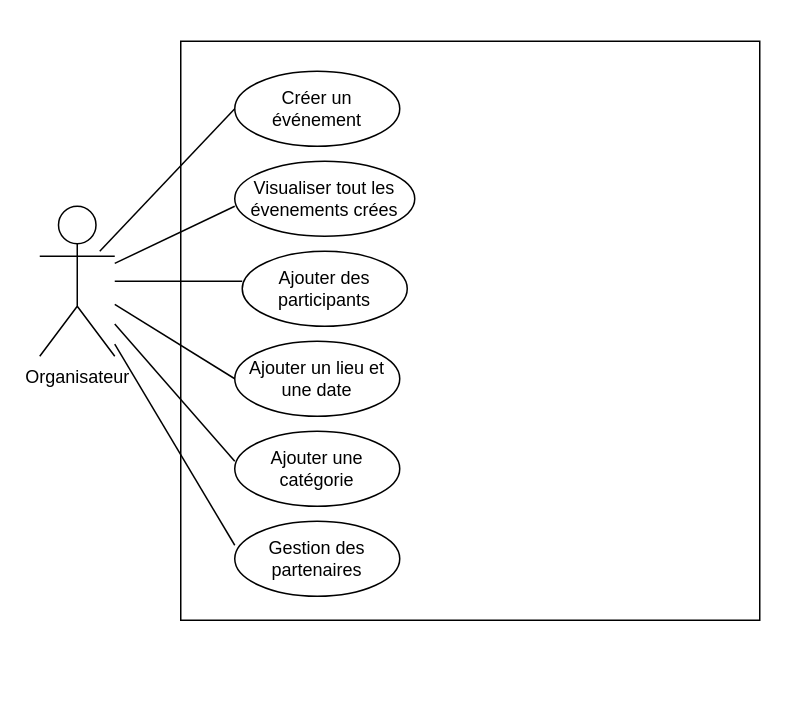
This is Conception/Diagramme de cas d'utilisation.drawio from CSliveR/Chief-s-Arena, a draw.io file, before an edit. Source tidied: cells renumbered, new cells numbered last; positions are measured from the earlier drawing's top-left corner, leaving out a move shared by most shapes. Both pictures are drawn from the tidied source at 150%, with x=0, y=0 at pixel (39, 40).
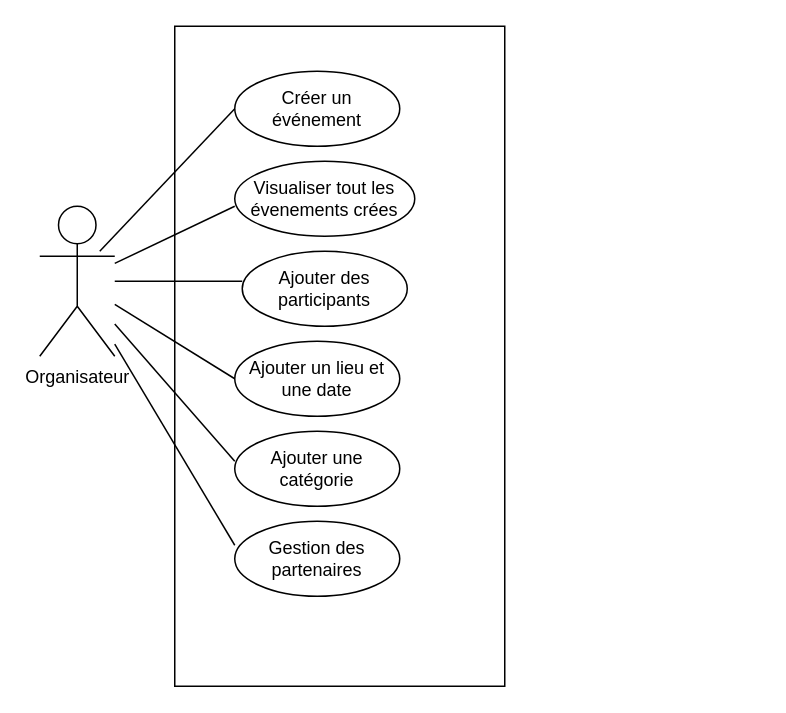
The same diagram, later.

The edit, as a diff of the source:
```diff
@@
 <mxGraphModel>
   <root>
     <mxCell id="0" />
     <mxCell id="1" parent="0" />
-    <mxCell id="2" style="whiteSpace=wrap;html=1;" parent="1" vertex="1">
-      <mxGeometry x="94" width="386" height="386" as="geometry" />
-    </mxCell>
+    <mxCell id="16" style="rounded=0;whiteSpace=wrap;html=1;verticalAlign=middle;" parent="1" vertex="1">
+      <mxGeometry x="90" y="-10" width="220" height="440" as="geometry" />
+    </mxCell>
     <mxCell id="3" value="Organisateur" style="shape=umlActor;verticalLabelPosition=bottom;verticalAlign=top;html=1;outlineConnect=0;" parent="1" vertex="1">
       <mxGeometry y="110" width="50" height="100" as="geometry" />
     </mxCell>
     <mxCell id="4" value="Créer un événement" style="ellipse;whiteSpace=wrap;html=1;" parent="1" vertex="1">
       <mxGeometry x="130" y="20" width="110" height="50" as="geometry" />
     </mxCell>
     <mxCell id="5" value="&lt;div align=&quot;center&quot;&gt;Visualiser tout les évenements crées&lt;/div&gt;" style="ellipse;whiteSpace=wrap;html=1;align=center;" parent="1" vertex="1">
       <mxGeometry x="130" y="80" width="120" height="50" as="geometry" />
     </mxCell>
     <mxCell id="6" value="Ajouter des participants" style="ellipse;whiteSpace=wrap;html=1;" parent="1" vertex="1">
       <mxGeometry x="135" y="140" width="110" height="50" as="geometry" />
     </mxCell>
     <mxCell id="7" value="Ajouter un lieu et une date" style="ellipse;whiteSpace=wrap;html=1;" parent="1" vertex="1">
       <mxGeometry x="130" y="200" width="110" height="50" as="geometry" />
     </mxCell>
     <mxCell id="8" value="Ajouter une catégorie" style="ellipse;whiteSpace=wrap;html=1;" parent="1" vertex="1">
       <mxGeometry x="130" y="260" width="110" height="50" as="geometry" />
     </mxCell>
     <mxCell id="9" value="Gestion des partenaires" style="ellipse;whiteSpace=wrap;html=1;" parent="1" vertex="1">
       <mxGeometry x="130" y="320" width="110" height="50" as="geometry" />
     </mxCell>
     <mxCell id="10" style="endArrow=none;html=1;rounded=0;entryX=0;entryY=0.5;entryDx=0;entryDy=0;" parent="1" edge="1" target="4">
       <mxGeometry relative="1" as="geometry">
         <mxPoint x="40" y="140" as="sourcePoint" />
       </mxGeometry>
     </mxCell>
     <mxCell id="11" style="endArrow=none;html=1;rounded=0;" parent="1" edge="1" source="3">
       <mxGeometry relative="1" as="geometry">
         <mxPoint x="130" y="110" as="targetPoint" />
       </mxGeometry>
     </mxCell>
     <mxCell id="12" style="endArrow=none;html=1;rounded=0;" parent="1" edge="1" source="3">
       <mxGeometry relative="1" as="geometry">
         <mxPoint x="135" y="160" as="targetPoint" />
       </mxGeometry>
     </mxCell>
     <mxCell id="13" style="endArrow=none;html=1;rounded=0;entryX=0;entryY=0.5;entryDx=0;entryDy=0;" parent="1" edge="1" source="3" target="7">
       <mxGeometry relative="1" as="geometry" />
     </mxCell>
     <mxCell id="14" style="endArrow=none;html=1;rounded=0;" parent="1" edge="1" source="3">
       <mxGeometry relative="1" as="geometry">
         <mxPoint x="130" y="280" as="targetPoint" />
       </mxGeometry>
     </mxCell>
     <mxCell id="15" style="endArrow=none;html=1;rounded=0;" parent="1" edge="1" source="3">
       <mxGeometry relative="1" as="geometry">
         <mxPoint x="130" y="336" as="targetPoint" />
       </mxGeometry>
     </mxCell>
   </root>
 </mxGraphModel>
```
